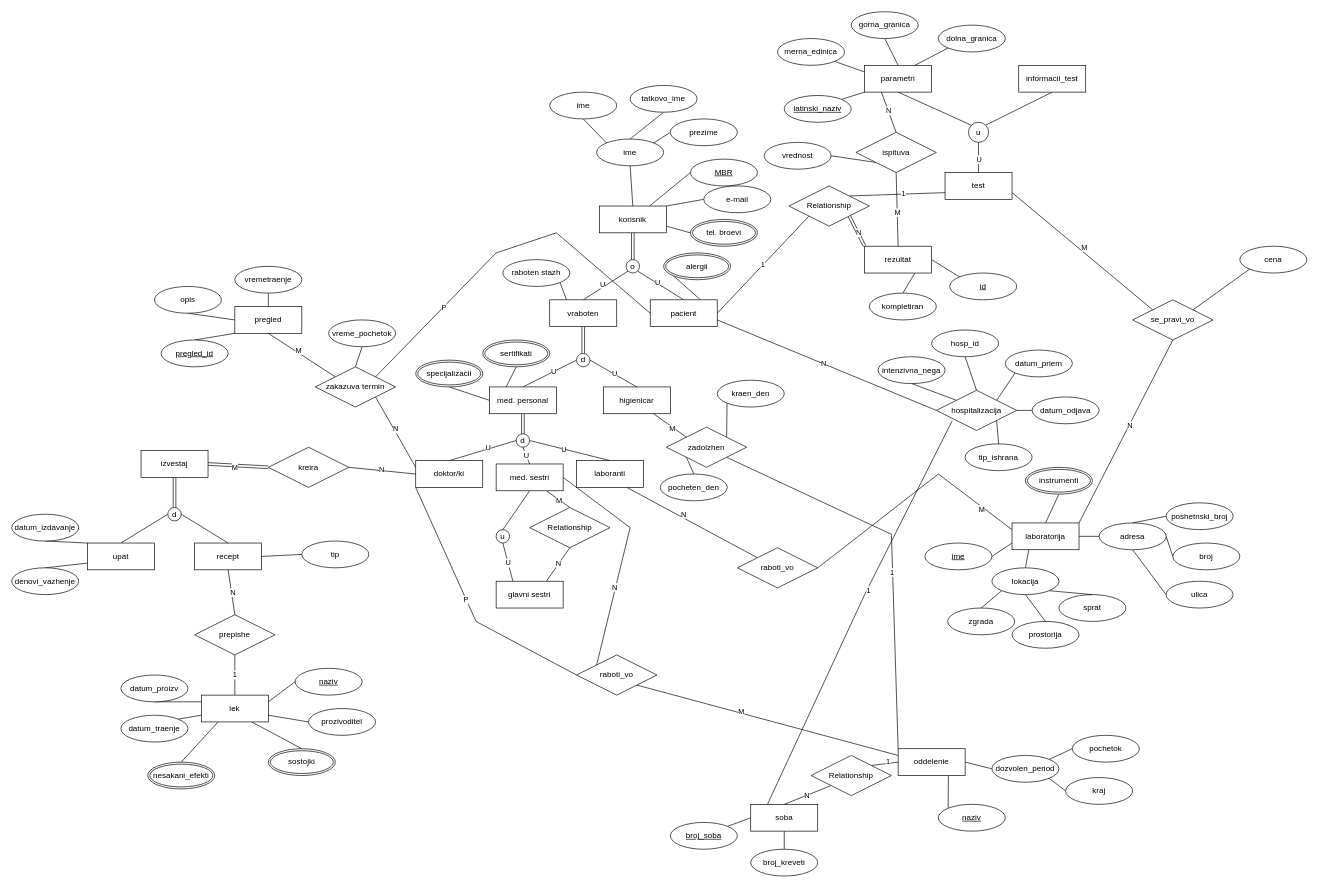
loramarku9/BAZInaPODATOCI keeps this draw.io diagram as lab2_2.drawio. Above is the earlier version. Source tidied: cells renumbered, new cells numbered last; positions are measured from the earlier drawing's top-left corner, leaving out a move shared by most shapes. Both pictures are drawn from the tidied source at 67%, with x=0, y=0 at pixel (11, 11).
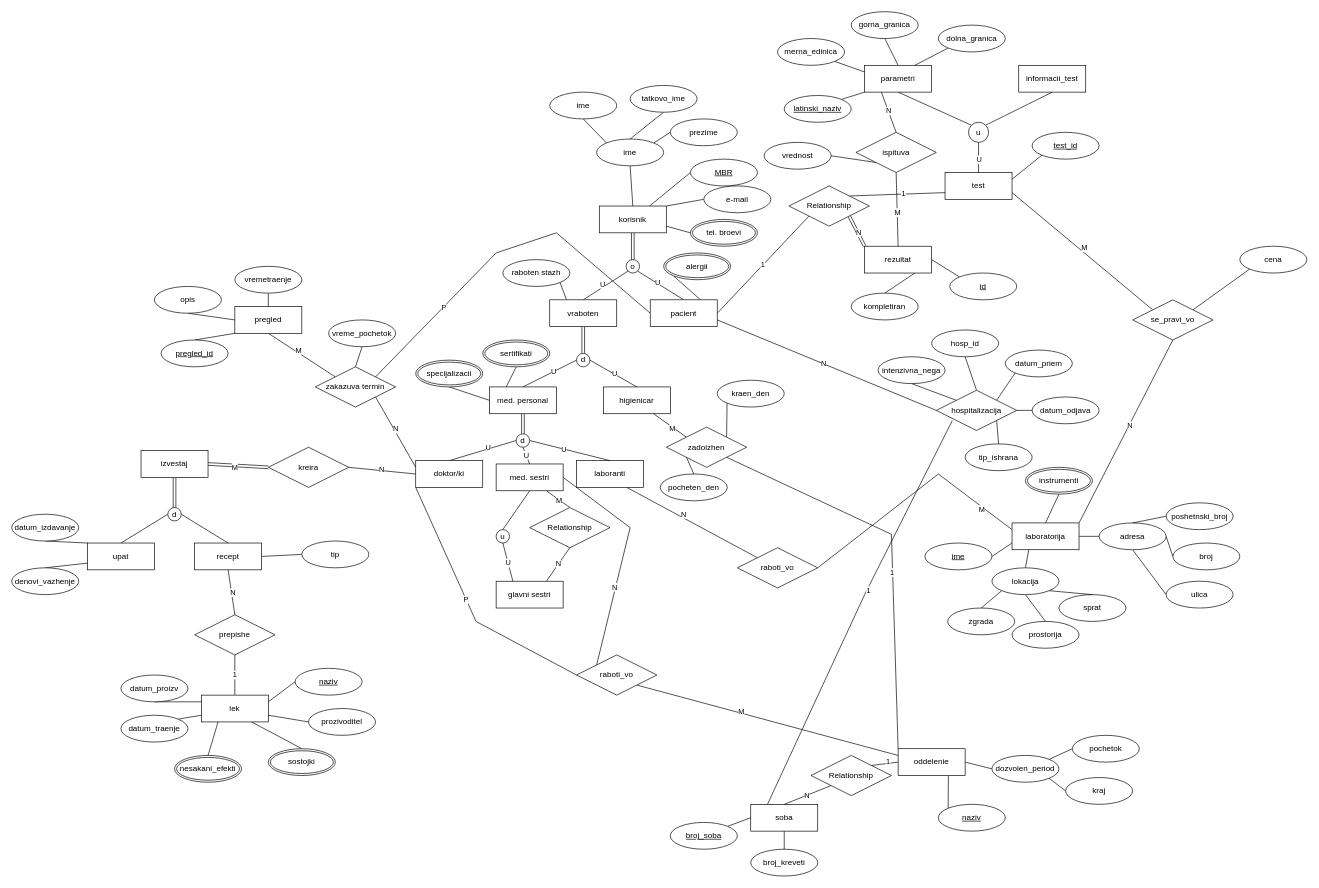
Above is the later version.

The change refers to these unchanged cells:
```xml
<mxCell id="193" value="test" style="whiteSpace=wrap;html=1;align=center;" parent="1" vertex="1">
  <mxGeometry x="1393" y="240" width="100" height="40" as="geometry" />
</mxCell>
```

Diff of the diagram source:
```diff
@@
     <mxCell id="165" value="nesakani_efekti" style="ellipse;shape=doubleEllipse;margin=3;whiteSpace=wrap;html=1;align=center;" parent="1" vertex="1">
-      <mxGeometry x="203" y="1120" width="100" height="40" as="geometry" />
+      <mxGeometry x="243" y="1110" width="100" height="40" as="geometry" />
     </mxCell>
@@
+    <mxCell id="231" style="edgeStyle=none;shape=connector;rounded=0;jettySize=auto;html=1;exitX=1;exitY=0.25;exitDx=0;exitDy=0;entryX=0;entryY=1;entryDx=0;entryDy=0;strokeColor=default;align=center;verticalAlign=middle;fontFamily=Helvetica;fontSize=11;fontColor=default;labelBackgroundColor=default;defaultLabelBackgroundColor=page;endArrow=none;endFill=0;" parent="1" edge="1" source="193" target="232">
+      <mxGeometry relative="1" as="geometry" />
+    </mxCell>
@@
     <mxCell id="223" value="kompletiran" style="ellipse;whiteSpace=wrap;html=1;align=center;" parent="1" vertex="1">
-      <mxGeometry x="1280" y="420" width="100" height="40" as="geometry" />
+      <mxGeometry x="1253" y="420" width="100" height="40" as="geometry" />
     </mxCell>
@@
+    <mxCell id="232" value="test_id" style="ellipse;whiteSpace=wrap;html=1;align=center;fontStyle=4;" parent="1" vertex="1">
+      <mxGeometry x="1523" y="180" width="100" height="40" as="geometry" />
+    </mxCell>
```
